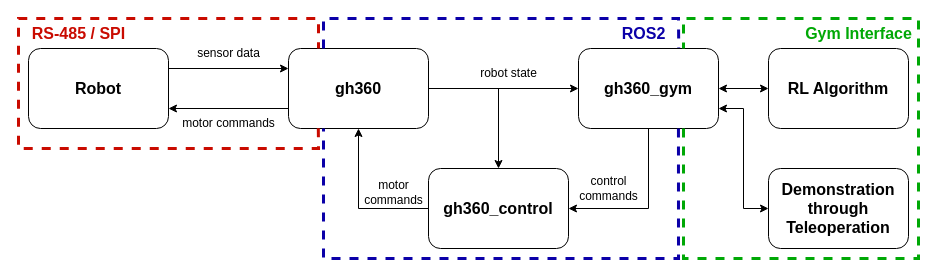
LauEls/TD7 keeps this draw.io diagram as runs/gh360_software_stack_v2.drawio. Above is the earlier version. Source tidied: cells renumbered, new cells numbered last; positions are measured from the earlier drawing's top-left corner, leaving out a move shared by most shapes. Both pictures are drawn from the tidied source at 100%, with x=0, y=0 at pixel (18, 18).
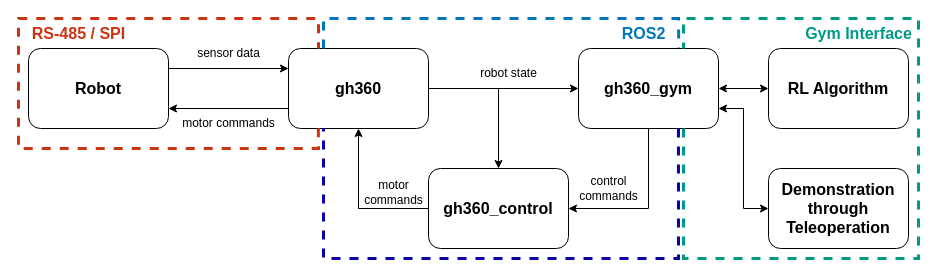
The same page after the edit.

The change refers to these unchanged cells:
```xml
<mxCell id="7" value="gh360" style="rounded=1;whiteSpace=wrap;html=1;fontStyle=1;fontSize=16;" parent="1" vertex="1">
  <mxGeometry x="270" y="30" width="140" height="80" as="geometry" />
</mxCell>
<mxCell id="11" value="gh360_gym" style="rounded=1;whiteSpace=wrap;html=1;fontStyle=1;fontSize=16;" parent="1" vertex="1">
  <mxGeometry x="560" y="30" width="140" height="80" as="geometry" />
</mxCell>
```

The edit, as a diff of the source:
```diff
@@
-    <mxCell id="14" style="endArrow=none;dashed=1;html=1;rounded=0;curved=0;strokeColor=#00A806;strokeWidth=3;exitX=0.75;exitY=1;exitDx=0;exitDy=0;entryX=0.75;entryY=0;entryDx=0;entryDy=0;" parent="1" edge="1" source="11" target="11">
+    <mxCell id="14" style="endArrow=none;dashed=1;html=1;rounded=0;curved=0;strokeColor=#009988;strokeWidth=3;exitX=0.75;exitY=1;exitDx=0;exitDy=0;entryX=0.75;entryY=0;entryDx=0;entryDy=0;" parent="1" edge="1" source="11" target="11">
       <mxGeometry relative="1" as="geometry">
         <Array as="points">
           <mxPoint x="665" y="240" />
           <mxPoint x="900" y="240" />
           <mxPoint x="900" />
           <mxPoint x="665" />
         </Array>
       </mxGeometry>
     </mxCell>
-    <mxCell id="15" value="Gym Interface" style="text;html=1;align=center;verticalAlign=middle;strokeColor=none;fillColor=none;fontColor=#00A806;fontStyle=1;fontSize=16;" parent="1" vertex="1">
+    <mxCell id="15" value="&lt;font style=&quot;color: rgb(0, 153, 136);&quot;&gt;Gym Interface&lt;/font&gt;" style="text;html=1;align=center;verticalAlign=middle;strokeColor=none;fillColor=none;fontColor=#00A806;fontStyle=1;fontSize=16;" parent="1" vertex="1">
       <mxGeometry x="780" width="120" height="30" as="geometry" />
     </mxCell>
@@
-    <mxCell id="22" value="ROS2" style="text;html=1;align=center;verticalAlign=middle;strokeColor=none;fillColor=none;fontColor=#0B00A8;fontStyle=1;fontSize=16;" parent="1" vertex="1">
+    <mxCell id="22" value="&lt;font style=&quot;color: rgb(0, 119, 187);&quot;&gt;ROS2&lt;/font&gt;" style="text;html=1;align=center;verticalAlign=middle;strokeColor=none;fillColor=none;fontColor=#0B00A8;fontStyle=1;fontSize=16;" parent="1" vertex="1">
       <mxGeometry x="590" width="70" height="30" as="geometry" />
     </mxCell>
-    <mxCell id="23" style="endArrow=none;dashed=1;html=1;rounded=0;curved=0;strokeColor=#C90B00;strokeWidth=3;exitX=0.213;exitY=0.997;exitDx=0;exitDy=0;exitPerimeter=0;" parent="1" edge="1" source="7">
+    <mxCell id="23" style="endArrow=none;dashed=1;html=1;rounded=0;curved=0;strokeColor=#CC3311;strokeWidth=3;exitX=0.213;exitY=0.997;exitDx=0;exitDy=0;exitPerimeter=0;" parent="1" edge="1" source="7">
       <mxGeometry relative="1" as="geometry">
         <mxPoint x="300" y="30" as="targetPoint" />
         <Array as="points">
           <mxPoint x="300" y="130" />
           <mxPoint y="130" />
           <mxPoint y="70" />
           <mxPoint />
           <mxPoint x="140" />
           <mxPoint x="300" />
         </Array>
       </mxGeometry>
     </mxCell>
-    <mxCell id="24" value="RS-485 / SPI" style="text;html=1;align=center;verticalAlign=middle;strokeColor=none;fillColor=none;fontColor=#C90B00;fontStyle=1;fontSize=16;" parent="1" vertex="1">
+    <mxCell id="24" value="&lt;font style=&quot;color: rgb(204, 51, 17);&quot;&gt;RS-485 / SPI&lt;/font&gt;" style="text;html=1;align=center;verticalAlign=middle;strokeColor=none;fillColor=none;fontColor=#C90B00;fontStyle=1;fontSize=16;" parent="1" vertex="1">
       <mxGeometry width="120" height="30" as="geometry" />
     </mxCell>
-    <mxCell id="25" style="endArrow=none;dashed=1;html=1;rounded=0;curved=0;strokeColor=#0B00A8;strokeWidth=3;exitX=0.25;exitY=0;exitDx=0;exitDy=0;entryX=0.716;entryY=-0.005;entryDx=0;entryDy=0;entryPerimeter=0;" parent="1" edge="1" source="7" target="11">
+    <mxCell id="25" style="endArrow=none;dashed=1;html=1;rounded=0;curved=0;strokeColor=#0077BB;strokeWidth=3;exitX=0.25;exitY=0;exitDx=0;exitDy=0;entryX=0.716;entryY=-0.005;entryDx=0;entryDy=0;entryPerimeter=0;" parent="1" edge="1" source="7" target="11">
       <mxGeometry relative="1" as="geometry">
         <Array as="points">
           <mxPoint x="305" />
           <mxPoint x="520" />
           <mxPoint x="640" />
           <mxPoint x="660" />
         </Array>
       </mxGeometry>
     </mxCell>
```
